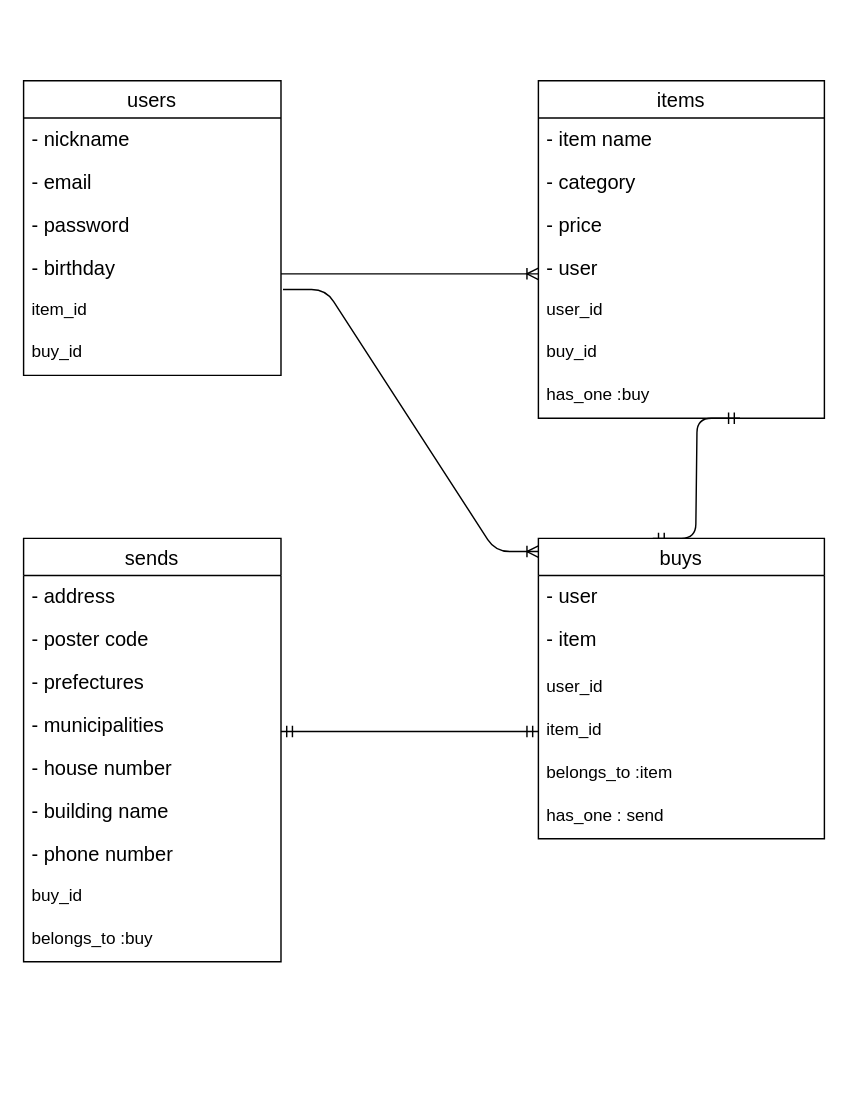
The draw.io diagram furima.dio in ibuki23/furima_38790, before the edit. Source tidied: cells renumbered, new cells numbered last; positions are measured from the earlier drawing's top-left corner, leaving out a move shared by most shapes. Both pictures are drawn from the tidied source at 143%, with x=0, y=0 at pixel (23, 80).
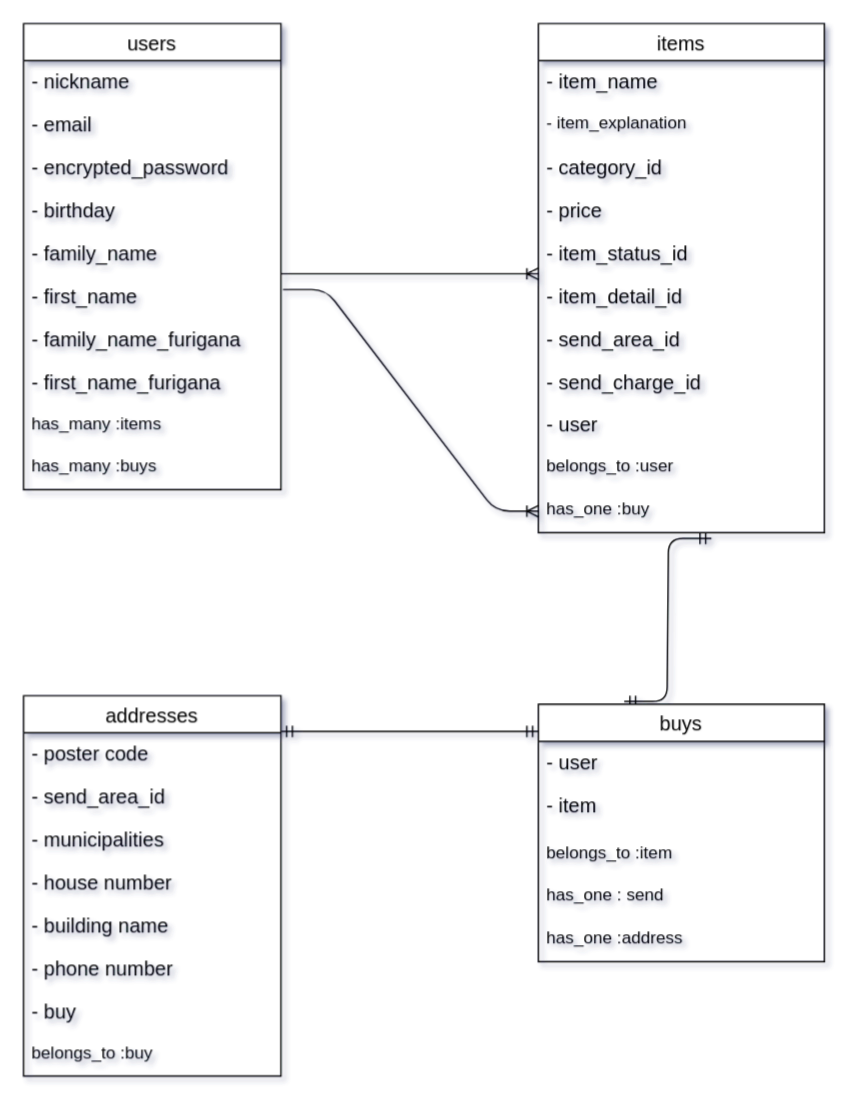
After the change.

Diff of the diagram source:
```diff
@@
-<mxGraphModel>
+<mxGraphModel shadow="1">
@@
-    <mxCell id="4" style="edgeStyle=entityRelationEdgeStyle;fontSize=12;html=1;endArrow=ERoneToMany;targetPerimeterSpacing=0;strokeWidth=1;exitX=1;exitY=1;exitDx=0;exitDy=0;entryX=-0.008;entryY=0.122;entryDx=0;entryDy=0;entryPerimeter=0;" parent="1" edge="1">
+    <mxCell id="4" style="edgeStyle=entityRelationEdgeStyle;fontSize=12;html=1;endArrow=ERoneToMany;targetPerimeterSpacing=0;strokeWidth=1;exitX=1;exitY=1;exitDx=0;exitDy=0;entryX=0;entryY=0.5;entryDx=0;entryDy=0;" parent="1" edge="1" target="20">
       <mxGeometry relative="1" as="geometry">
         <mxPoint x="181.4" y="146" as="sourcePoint" />
-        <mxPoint x="360" y="329.2" as="targetPoint" />
       </mxGeometry>
     </mxCell>
-    <mxCell id="5" style="edgeStyle=entityRelationEdgeStyle;fontSize=12;html=1;endArrow=ERmandOne;startArrow=ERmandOne;targetPerimeterSpacing=0;strokeColor=default;strokeWidth=1;exitX=0.5;exitY=0;exitDx=0;exitDy=0;" parent="1" edge="1">
-      <mxGeometry relative="1" as="geometry">
-        <mxPoint x="440" y="320" as="sourcePoint" />
-        <mxPoint x="501" y="236" as="targetPoint" />
-      </mxGeometry>
-    </mxCell>
     <mxCell id="6" value="users" style="swimlane;fontStyle=0;horizontal=1;startSize=26;align=center;fontSize=14;" parent="1" vertex="1">
-      <mxGeometry width="180" height="206" as="geometry" />
+      <mxGeometry y="-40" width="180" height="326" as="geometry" />
     </mxCell>
@@
-    <mxCell id="9" value="- password" style="text;strokeColor=none;fillColor=none;spacingLeft=4;spacingRight=4;overflow=hidden;fontSize=14;" parent="6" vertex="1">
+    <mxCell id="9" value="- encrypted_password&#10;" style="text;strokeColor=none;fillColor=none;spacingLeft=4;spacingRight=4;overflow=hidden;fontSize=14;" parent="6" vertex="1">
       <mxGeometry y="86" width="180" height="30" as="geometry" />
     </mxCell>
@@
-    <mxCell id="11" value="item_id" style="text;strokeColor=none;fillColor=none;spacingLeft=4;spacingRight=4;overflow=hidden;fontSize=12;" parent="6" vertex="1">
-      <mxGeometry y="146" width="180" height="30" as="geometry" />
-    </mxCell>
-    <mxCell id="12" value="buy_id" style="text;strokeColor=none;fillColor=none;spacingLeft=4;spacingRight=4;overflow=hidden;fontSize=12;" parent="6" vertex="1">
-      <mxGeometry y="176" width="180" height="30" as="geometry" />
-    </mxCell>
+    <mxCell id="38" value="- family_name" style="text;strokeColor=none;fillColor=none;spacingLeft=4;spacingRight=4;overflow=hidden;fontSize=14;" parent="6" vertex="1">
+      <mxGeometry y="146" width="180" height="30" as="geometry" />
+    </mxCell>
+    <mxCell id="39" value="- first_name" style="text;strokeColor=none;fillColor=none;spacingLeft=4;spacingRight=4;overflow=hidden;fontSize=14;" parent="6" vertex="1">
+      <mxGeometry y="176" width="180" height="30" as="geometry" />
+    </mxCell>
+    <mxCell id="40" value="- family_name_furigana" style="text;strokeColor=none;fillColor=none;spacingLeft=4;spacingRight=4;overflow=hidden;fontSize=14;" parent="6" vertex="1">
+      <mxGeometry y="206" width="180" height="30" as="geometry" />
+    </mxCell>
+    <mxCell id="41" value="- first_name_furigana" style="text;strokeColor=none;fillColor=none;spacingLeft=4;spacingRight=4;overflow=hidden;fontSize=14;" parent="6" vertex="1">
+      <mxGeometry y="236" width="180" height="30" as="geometry" />
+    </mxCell>
+    <mxCell id="42" value="has_many :items" style="text;strokeColor=none;fillColor=none;spacingLeft=4;spacingRight=4;overflow=hidden;fontSize=12;" parent="6" vertex="1">
+      <mxGeometry y="266" width="180" height="30" as="geometry" />
+    </mxCell>
+    <mxCell id="43" value="has_many :buys" style="text;strokeColor=none;fillColor=none;spacingLeft=4;spacingRight=4;overflow=hidden;fontSize=12;" parent="6" vertex="1">
+      <mxGeometry y="296" width="180" height="30" as="geometry" />
+    </mxCell>
     <mxCell id="13" value="items" style="swimlane;fontStyle=0;horizontal=1;startSize=26;align=center;fontSize=14;" parent="1" vertex="1">
-      <mxGeometry x="360" width="200" height="236" as="geometry" />
+      <mxGeometry x="360" y="-40" width="200" height="356" as="geometry" />
     </mxCell>
-    <mxCell id="14" value="- item name" style="text;strokeColor=none;fillColor=none;spacingLeft=4;spacingRight=4;overflow=hidden;fontSize=14;" parent="13" vertex="1">
+    <mxCell id="14" value="- item_name" style="text;strokeColor=none;fillColor=none;spacingLeft=4;spacingRight=4;overflow=hidden;fontSize=14;" parent="13" vertex="1">
       <mxGeometry y="26" width="200" height="30" as="geometry" />
     </mxCell>
+    <mxCell id="44" value="- item_explanation" style="text;strokeColor=none;fillColor=none;spacingLeft=4;spacingRight=4;overflow=hidden;fontSize=12;" parent="13" vertex="1">
+      <mxGeometry y="56" width="200" height="30" as="geometry" />
+    </mxCell>
-    <mxCell id="15" value="- category" style="text;strokeColor=none;fillColor=none;spacingLeft=4;spacingRight=4;overflow=hidden;fontSize=14;" parent="13" vertex="1">
-      <mxGeometry y="56" width="200" height="30" as="geometry" />
+    <mxCell id="15" value="- category_id" style="text;strokeColor=none;fillColor=none;spacingLeft=4;spacingRight=4;overflow=hidden;fontSize=14;" parent="13" vertex="1">
+      <mxGeometry y="86" width="200" height="30" as="geometry" />
     </mxCell>
     <mxCell id="16" value="- price" style="text;strokeColor=none;fillColor=none;spacingLeft=4;spacingRight=4;overflow=hidden;fontSize=14;" parent="13" vertex="1">
-      <mxGeometry y="86" width="200" height="30" as="geometry" />
+      <mxGeometry y="116" width="200" height="30" as="geometry" />
     </mxCell>
+    <mxCell id="45" value="- item_status_id" style="text;strokeColor=none;fillColor=none;spacingLeft=4;spacingRight=4;overflow=hidden;fontSize=14;" parent="13" vertex="1">
+      <mxGeometry y="146" width="200" height="30" as="geometry" />
+    </mxCell>
+    <mxCell id="46" value="- item_detail_id" style="text;strokeColor=none;fillColor=none;spacingLeft=4;spacingRight=4;overflow=hidden;fontSize=14;" parent="13" vertex="1">
+      <mxGeometry y="176" width="200" height="30" as="geometry" />
+    </mxCell>
+    <mxCell id="47" value="- send_area_id" style="text;strokeColor=none;fillColor=none;spacingLeft=4;spacingRight=4;overflow=hidden;fontSize=14;" parent="13" vertex="1">
+      <mxGeometry y="206" width="200" height="30" as="geometry" />
+    </mxCell>
+    <mxCell id="48" value="- send_charge_id" style="text;strokeColor=none;fillColor=none;spacingLeft=4;spacingRight=4;overflow=hidden;fontSize=14;" parent="13" vertex="1">
+      <mxGeometry y="236" width="200" height="30" as="geometry" />
+    </mxCell>
     <mxCell id="17" value="- user" style="text;strokeColor=none;fillColor=none;spacingLeft=4;spacingRight=4;overflow=hidden;fontSize=14;" parent="13" vertex="1">
-      <mxGeometry y="116" width="200" height="30" as="geometry" />
+      <mxGeometry y="266" width="200" height="30" as="geometry" />
     </mxCell>
-    <mxCell id="18" value="user_id" style="text;strokeColor=none;fillColor=none;spacingLeft=4;spacingRight=4;overflow=hidden;fontSize=12;fontStyle=0;" parent="13" vertex="1">
-      <mxGeometry y="146" width="200" height="30" as="geometry" />
-    </mxCell>
-    <mxCell id="19" value="buy_id" style="text;strokeColor=none;fillColor=none;spacingLeft=4;spacingRight=4;overflow=hidden;fontSize=12;" parent="13" vertex="1">
-      <mxGeometry y="176" width="200" height="30" as="geometry" />
+    <mxCell id="19" value="belongs_to :user&#10;" style="text;strokeColor=none;fillColor=none;spacingLeft=4;spacingRight=4;overflow=hidden;fontSize=12;" parent="13" vertex="1">
+      <mxGeometry y="296" width="200" height="30" as="geometry" />
     </mxCell>
     <mxCell id="20" value="has_one :buy" style="text;strokeColor=none;fillColor=none;spacingLeft=4;spacingRight=4;overflow=hidden;points=[[0,0.5],[1,0.5]];portConstraint=eastwest;fontSize=12;" parent="13" vertex="1">
-      <mxGeometry y="206" width="200" height="30" as="geometry" />
+      <mxGeometry y="326" width="200" height="30" as="geometry" />
     </mxCell>
+    <mxCell id="5" style="edgeStyle=entityRelationEdgeStyle;fontSize=12;html=1;endArrow=ERmandOne;startArrow=ERmandOne;targetPerimeterSpacing=0;strokeColor=default;strokeWidth=1;" parent="13" edge="1">
+      <mxGeometry relative="1" as="geometry">
+        <mxPoint x="60" y="474" as="sourcePoint" />
+        <mxPoint x="121" y="360" as="targetPoint" />
+      </mxGeometry>
+    </mxCell>
     <mxCell id="21" value="buys" style="swimlane;fontStyle=0;horizontal=1;startSize=26;align=center;fontSize=14;" parent="1" vertex="1">
-      <mxGeometry x="360" y="320" width="200" height="210" as="geometry" />
+      <mxGeometry x="360" y="436" width="200" height="180" as="geometry" />
     </mxCell>
@@
-    <mxCell id="24" value="user_id" style="text;strokeColor=none;fillColor=none;spacingLeft=4;spacingRight=4;overflow=hidden;fontSize=12;" parent="21" vertex="1">
-      <mxGeometry y="90" width="200" height="30" as="geometry" />
-    </mxCell>
-    <mxCell id="25" value="item_id" style="text;strokeColor=none;fillColor=none;spacingLeft=4;spacingRight=4;overflow=hidden;fontSize=12;" parent="21" vertex="1">
-      <mxGeometry y="120" width="200" height="30" as="geometry" />
-    </mxCell>
     <mxCell id="26" value="belongs_to :item" style="text;strokeColor=none;fillColor=none;spacingLeft=4;spacingRight=4;overflow=hidden;fontSize=12;" parent="21" vertex="1">
-      <mxGeometry y="150" width="200" height="30" as="geometry" />
+      <mxGeometry y="90" width="200" height="30" as="geometry" />
     </mxCell>
     <mxCell id="27" value="has_one : send" style="text;strokeColor=none;fillColor=none;spacingLeft=4;spacingRight=4;overflow=hidden;fontSize=12;" parent="21" vertex="1">
-      <mxGeometry y="180" width="200" height="30" as="geometry" />
+      <mxGeometry y="120" width="200" height="30" as="geometry" />
     </mxCell>
+    <mxCell id="49" value="has_one :address&#10;" style="text;strokeColor=none;fillColor=none;spacingLeft=4;spacingRight=4;overflow=hidden;fontSize=12;" parent="21" vertex="1">
+      <mxGeometry y="150" width="200" height="30" as="geometry" />
+    </mxCell>
-    <mxCell id="28" value="sends" style="swimlane;fontStyle=0;horizontal=1;startSize=26;align=center;fontSize=14;" parent="1" vertex="1">
-      <mxGeometry y="320" width="180" height="296" as="geometry" />
+    <mxCell id="28" value="addresses" style="swimlane;fontStyle=0;horizontal=1;startSize=26;align=center;fontSize=14;" parent="1" vertex="1">
+      <mxGeometry y="430" width="180" height="266" as="geometry" />
     </mxCell>
-    <mxCell id="29" value="- address" style="text;strokeColor=none;fillColor=none;spacingLeft=4;spacingRight=4;overflow=hidden;fontSize=14;" parent="28" vertex="1">
-      <mxGeometry y="26" width="180" height="30" as="geometry" />
-    </mxCell>
     <mxCell id="30" value="- poster code" style="text;strokeColor=none;fillColor=none;spacingLeft=4;spacingRight=4;overflow=hidden;fontSize=14;" parent="28" vertex="1">
-      <mxGeometry y="56" width="180" height="30" as="geometry" />
+      <mxGeometry y="26" width="180" height="30" as="geometry" />
     </mxCell>
-    <mxCell id="31" value="- prefectures" style="text;strokeColor=none;fillColor=none;spacingLeft=4;spacingRight=4;overflow=hidden;fontSize=14;" parent="28" vertex="1">
-      <mxGeometry y="86" width="180" height="30" as="geometry" />
+    <mxCell id="31" value="- send_area_id" style="text;strokeColor=none;fillColor=none;spacingLeft=4;spacingRight=4;overflow=hidden;fontSize=14;" parent="28" vertex="1">
+      <mxGeometry y="56" width="180" height="30" as="geometry" />
     </mxCell>
     <mxCell id="32" value="- municipalities" style="text;strokeColor=none;fillColor=none;spacingLeft=4;spacingRight=4;overflow=hidden;fontSize=14;" parent="28" vertex="1">
-      <mxGeometry y="116" width="180" height="30" as="geometry" />
+      <mxGeometry y="86" width="180" height="30" as="geometry" />
     </mxCell>
     <mxCell id="33" value="- house number" style="text;strokeColor=none;fillColor=none;spacingLeft=4;spacingRight=4;overflow=hidden;fontSize=14;" parent="28" vertex="1">
-      <mxGeometry y="146" width="180" height="30" as="geometry" />
+      <mxGeometry y="116" width="180" height="30" as="geometry" />
     </mxCell>
     <mxCell id="34" value="- building name" style="text;strokeColor=none;fillColor=none;spacingLeft=4;spacingRight=4;overflow=hidden;fontSize=14;" parent="28" vertex="1">
-      <mxGeometry y="176" width="180" height="30" as="geometry" />
+      <mxGeometry y="146" width="180" height="30" as="geometry" />
     </mxCell>
     <mxCell id="35" value="- phone number" style="text;strokeColor=none;fillColor=none;spacingLeft=4;spacingRight=4;overflow=hidden;fontSize=14;" parent="28" vertex="1">
-      <mxGeometry y="206" width="180" height="30" as="geometry" />
+      <mxGeometry y="176" width="180" height="30" as="geometry" />
     </mxCell>
-    <mxCell id="36" value="buy_id" style="text;strokeColor=none;fillColor=none;spacingLeft=4;spacingRight=4;overflow=hidden;fontSize=12;" parent="28" vertex="1">
-      <mxGeometry y="236" width="180" height="30" as="geometry" />
+    <mxCell id="36" value="- buy" style="text;strokeColor=none;fillColor=none;spacingLeft=4;spacingRight=4;overflow=hidden;fontSize=14;" parent="28" vertex="1">
+      <mxGeometry y="206" width="180" height="30" as="geometry" />
     </mxCell>
     <mxCell id="37" value="belongs_to :buy" style="text;strokeColor=none;fillColor=none;spacingLeft=4;spacingRight=4;overflow=hidden;fontSize=12;" parent="28" vertex="1">
-      <mxGeometry y="266" width="180" height="30" as="geometry" />
+      <mxGeometry y="236" width="180" height="30" as="geometry" />
     </mxCell>
```
